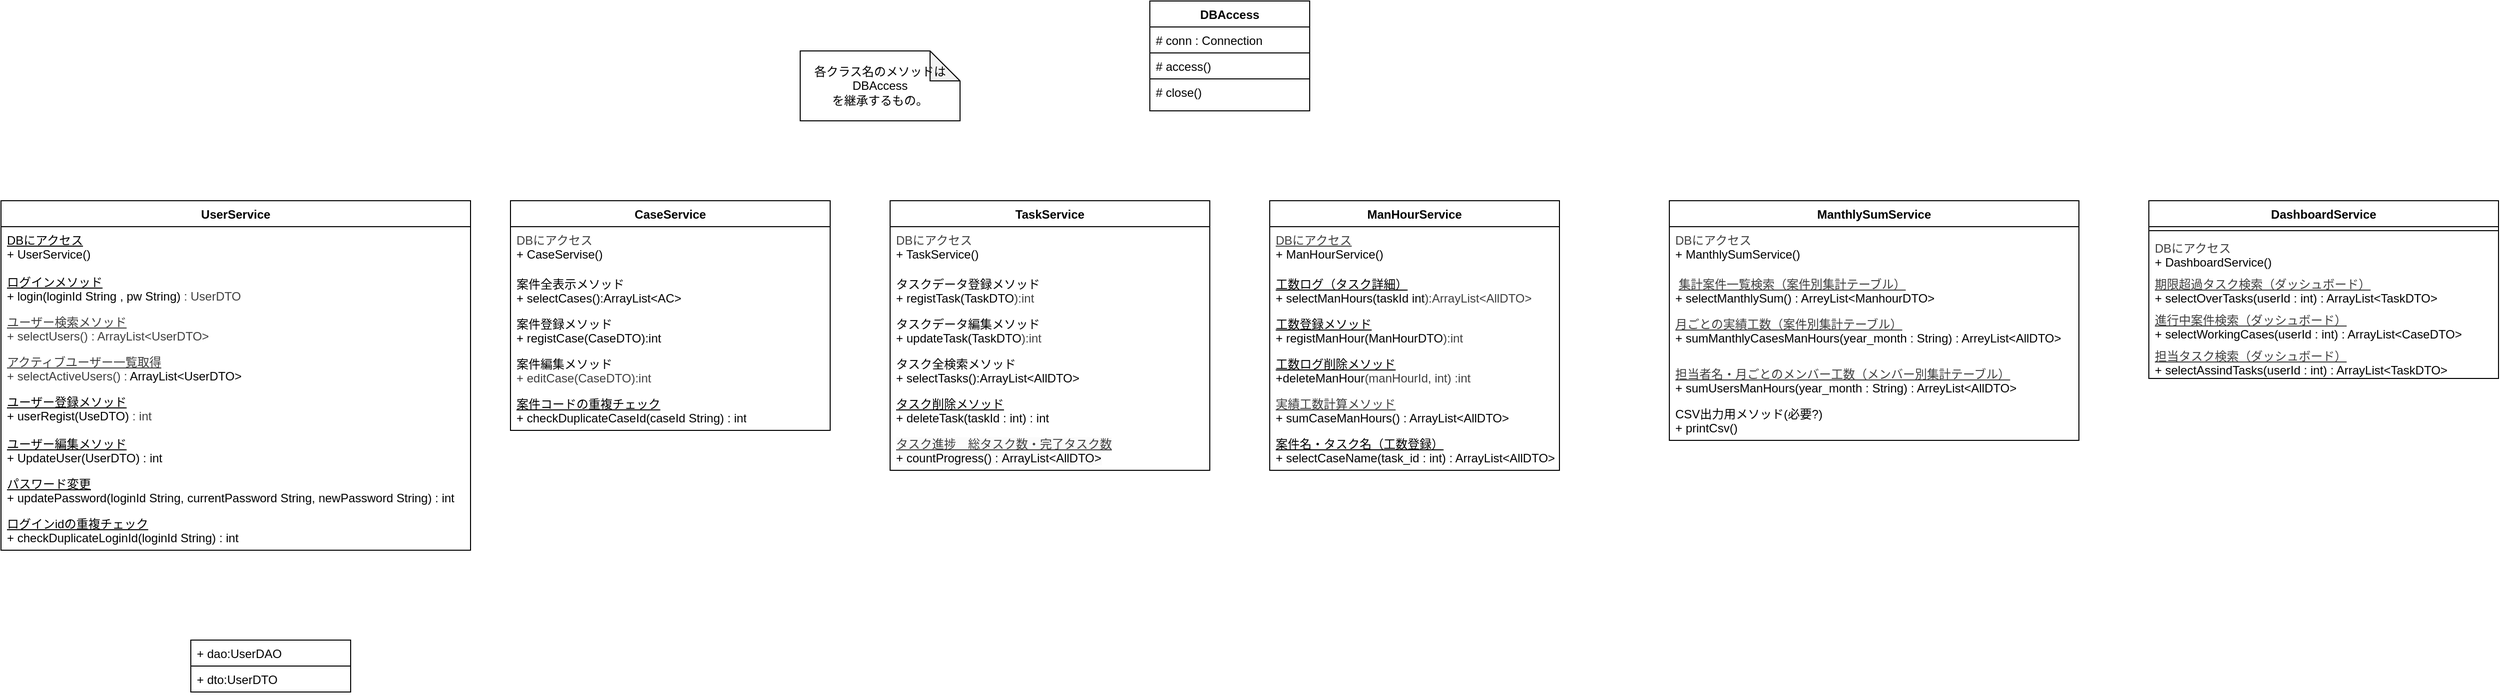
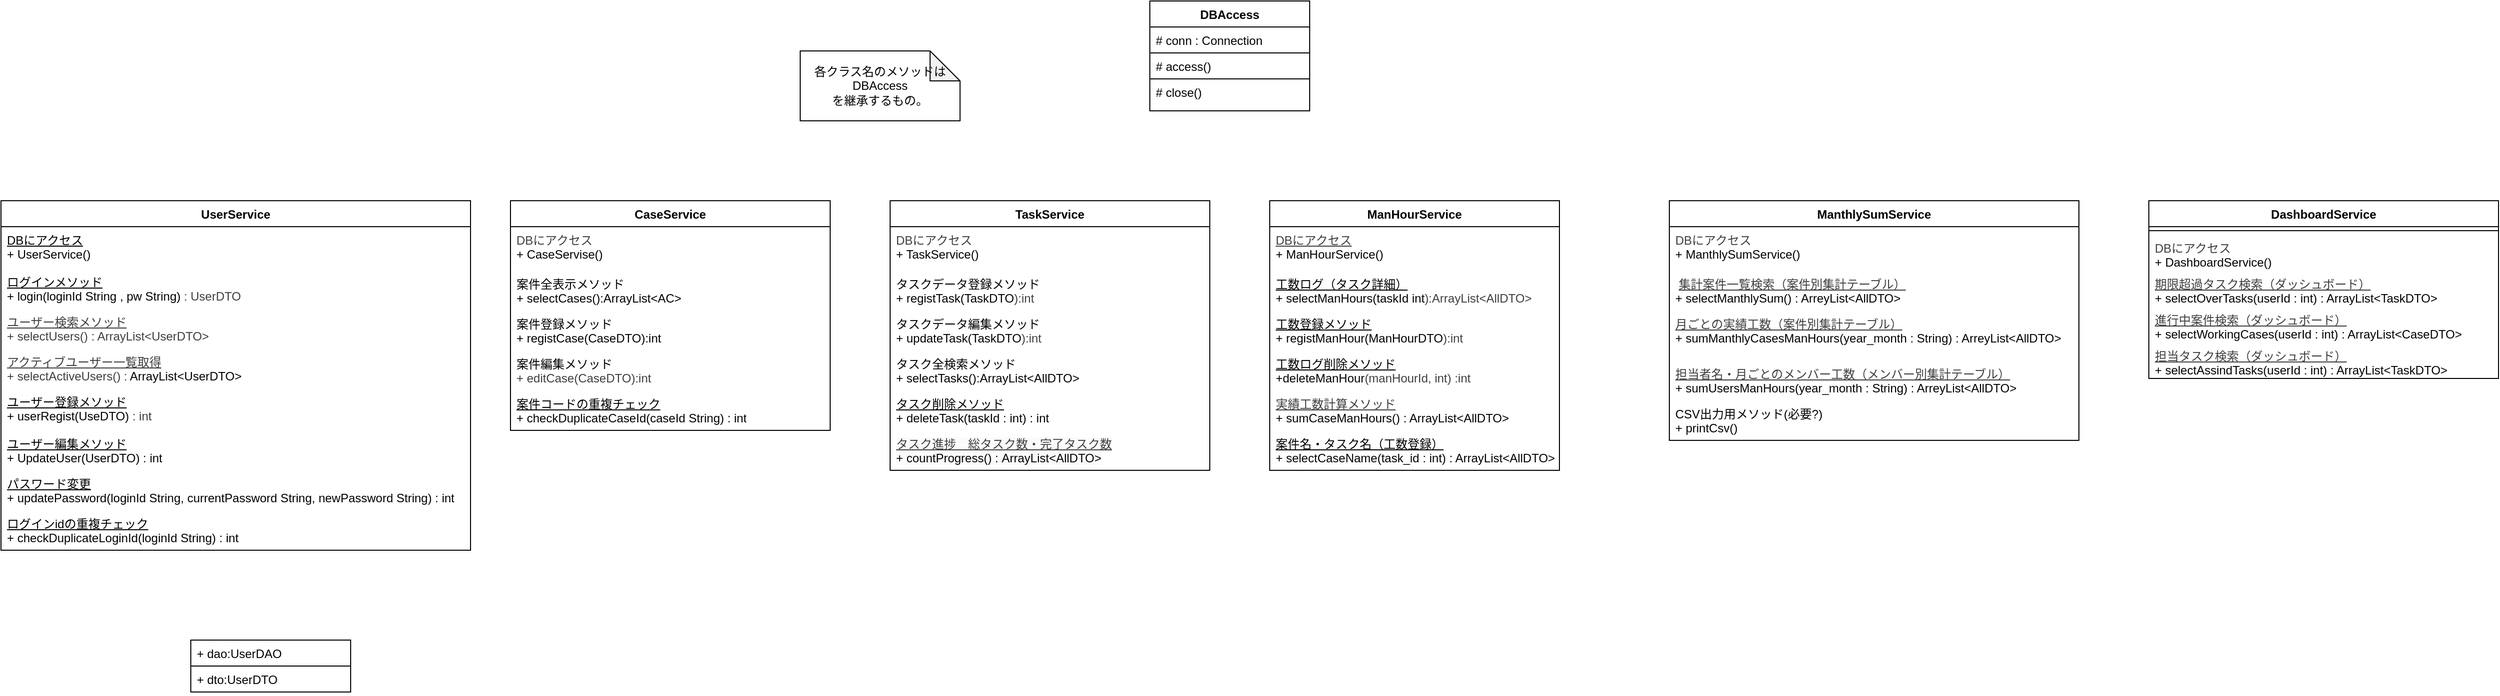
<mxfile host="65bd71144e">
    <diagram id="vtqDsGyhjbo1Ara4jLw-" name="クラス図　Service">
-         <mxGraphModel dx="1273" dy="1581" grid="1" gridSize="10" guides="1" tooltips="1" connect="1" arrows="1" fold="1" page="1" pageScale="1" pageWidth="827" pageHeight="1169" math="0" shadow="0">
+         <mxGraphModel dx="1643" dy="1642" grid="1" gridSize="10" guides="1" tooltips="1" connect="1" arrows="1" fold="1" page="1" pageScale="1" pageWidth="827" pageHeight="1169" math="0" shadow="0">
            <root>
                <mxCell id="0"/>
                <mxCell id="1" parent="0"/>
                <mxCell id="sEulbgWXGhEAaZwcWKiL-1" value="UserService" style="swimlane;fontStyle=1;align=center;verticalAlign=top;childLayout=stackLayout;horizontal=1;startSize=26;horizontalStack=0;resizeParent=1;resizeParentMax=0;resizeLast=0;collapsible=1;marginBottom=0;whiteSpace=wrap;html=1;strokeColor=default;" parent="1" vertex="1">
                    <mxGeometry x="-790" y="-520" width="470" height="350" as="geometry"/>
                </mxCell>
                <mxCell id="sEulbgWXGhEAaZwcWKiL-2" value="&lt;div&gt;&lt;font face=&quot;Helvetica&quot;&gt;&lt;u&gt;DBにアクセス&lt;/u&gt;&lt;/font&gt;&lt;/div&gt;&lt;font face=&quot;Helvetica&quot;&gt;+ UserService()&lt;/font&gt;" style="text;strokeColor=none;fillColor=none;align=left;verticalAlign=top;spacingLeft=4;spacingRight=4;overflow=hidden;rotatable=0;points=[[0,0.5],[1,0.5]];portConstraint=eastwest;whiteSpace=wrap;html=1;" parent="sEulbgWXGhEAaZwcWKiL-1" vertex="1">
                    <mxGeometry y="26" width="470" height="42" as="geometry"/>
                </mxCell>
                <mxCell id="sEulbgWXGhEAaZwcWKiL-4" value="&lt;div&gt;&lt;u&gt;ログインメソッド&lt;/u&gt;&lt;/div&gt;+ login(loginId String , pw String)&amp;nbsp;&lt;span style=&quot;color: rgb(63, 63, 63); background-color: transparent;&quot;&gt;: UserDTO&lt;/span&gt;" style="text;strokeColor=none;fillColor=none;align=left;verticalAlign=top;spacingLeft=4;spacingRight=4;overflow=hidden;rotatable=0;points=[[0,0.5],[1,0.5]];portConstraint=eastwest;whiteSpace=wrap;html=1;" parent="sEulbgWXGhEAaZwcWKiL-1" vertex="1">
                    <mxGeometry y="68" width="470" height="40" as="geometry"/>
                </mxCell>
                <mxCell id="28" value="&lt;u style=&quot;color: rgb(63, 63, 63); scrollbar-color: rgb(226, 226, 226) rgb(251, 251, 251);&quot;&gt;ユーザー検索メソッド&lt;/u&gt;&lt;br style=&quot;color: rgb(63, 63, 63); scrollbar-color: rgb(226, 226, 226) rgb(251, 251, 251);&quot;&gt;&lt;div style=&quot;color: rgb(63, 63, 63); scrollbar-color: rgb(226, 226, 226) rgb(251, 251, 251);&quot;&gt;+ selectUsers() : &lt;span style=&quot;color: rgb(63, 63, 63); scrollbar-color: rgb(226, 226, 226) rgb(251, 251, 251); background-color: transparent;&quot;&gt;ArrayList&amp;lt;UserDTO&amp;gt;&lt;/span&gt;&lt;/div&gt;" style="text;strokeColor=none;fillColor=none;align=left;verticalAlign=top;spacingLeft=4;spacingRight=4;overflow=hidden;rotatable=0;points=[[0,0.5],[1,0.5]];portConstraint=eastwest;whiteSpace=wrap;html=1;" parent="sEulbgWXGhEAaZwcWKiL-1" vertex="1">
                    <mxGeometry y="108" width="470" height="40" as="geometry"/>
                </mxCell>
                <mxCell id="55" value="&lt;u style=&quot;color: rgb(63, 63, 63); scrollbar-color: rgb(226, 226, 226) rgb(251, 251, 251);&quot;&gt;アクティブユーザー一覧取得&lt;/u&gt;&lt;div style=&quot;color: rgb(63, 63, 63); scrollbar-color: rgb(226, 226, 226) rgb(251, 251, 251);&quot;&gt;+ selectActiveUsers() : &lt;span style=&quot;scrollbar-color: rgb(226, 226, 226) rgb(251, 251, 251); background-color: transparent; color: rgb(0, 0, 0);&quot;&gt;ArrayList&amp;lt;UserDTO&amp;gt;&lt;/span&gt;&lt;/div&gt;" style="text;strokeColor=none;fillColor=none;align=left;verticalAlign=top;spacingLeft=4;spacingRight=4;overflow=hidden;rotatable=0;points=[[0,0.5],[1,0.5]];portConstraint=eastwest;whiteSpace=wrap;html=1;" parent="sEulbgWXGhEAaZwcWKiL-1" vertex="1">
                    <mxGeometry y="148" width="470" height="40" as="geometry"/>
                </mxCell>
                <mxCell id="sEulbgWXGhEAaZwcWKiL-3" value="&lt;div&gt;&lt;font face=&quot;Helvetica&quot;&gt;&lt;u&gt;ユーザー登録メソッド&lt;/u&gt;&lt;/font&gt;&lt;/div&gt;&lt;font face=&quot;Helvetica&quot;&gt;+ userRegist(UseDTO)&amp;nbsp;&lt;/font&gt;&lt;span style=&quot;color: rgb(63, 63, 63); background-color: transparent;&quot;&gt;: int&lt;/span&gt;" style="text;strokeColor=none;fillColor=none;align=left;verticalAlign=top;spacingLeft=4;spacingRight=4;overflow=hidden;rotatable=0;points=[[0,0.5],[1,0.5]];portConstraint=eastwest;whiteSpace=wrap;html=1;" parent="sEulbgWXGhEAaZwcWKiL-1" vertex="1">
                    <mxGeometry y="188" width="470" height="42" as="geometry"/>
                </mxCell>
                <mxCell id="sEulbgWXGhEAaZwcWKiL-5" value="&lt;u&gt;ユーザー編集メソッド&lt;/u&gt;&lt;div&gt;+ UpdateUser(UserDTO) : int&lt;/div&gt;" style="text;strokeColor=none;fillColor=none;align=left;verticalAlign=top;spacingLeft=4;spacingRight=4;overflow=hidden;rotatable=0;points=[[0,0.5],[1,0.5]];portConstraint=eastwest;whiteSpace=wrap;html=1;" parent="sEulbgWXGhEAaZwcWKiL-1" vertex="1">
                    <mxGeometry y="230" width="470" height="40" as="geometry"/>
                </mxCell>
                <mxCell id="56" value="&lt;u&gt;パスワード変更&lt;/u&gt;&lt;div&gt;+ updatePassword(loginId String, currentPassword String, newPassword String) : int&lt;/div&gt;" style="text;strokeColor=none;fillColor=none;align=left;verticalAlign=top;spacingLeft=4;spacingRight=4;overflow=hidden;rotatable=0;points=[[0,0.5],[1,0.5]];portConstraint=eastwest;whiteSpace=wrap;html=1;" parent="sEulbgWXGhEAaZwcWKiL-1" vertex="1">
                    <mxGeometry y="270" width="470" height="40" as="geometry"/>
                </mxCell>
                <mxCell id="52" value="&lt;u&gt;ログインidの重複チェック&lt;/u&gt;&lt;div&gt;+ checkDuplicateLoginId(loginId String) : int&lt;/div&gt;" style="text;strokeColor=none;fillColor=none;align=left;verticalAlign=top;spacingLeft=4;spacingRight=4;overflow=hidden;rotatable=0;points=[[0,0.5],[1,0.5]];portConstraint=eastwest;whiteSpace=wrap;html=1;" parent="sEulbgWXGhEAaZwcWKiL-1" vertex="1">
                    <mxGeometry y="310" width="470" height="40" as="geometry"/>
                </mxCell>
                <mxCell id="sEulbgWXGhEAaZwcWKiL-6" value="DBAccess" style="swimlane;fontStyle=1;align=center;verticalAlign=top;childLayout=stackLayout;horizontal=1;startSize=26;horizontalStack=0;resizeParent=1;resizeParentMax=0;resizeLast=0;collapsible=1;marginBottom=0;whiteSpace=wrap;html=1;strokeColor=default;" parent="1" vertex="1">
                    <mxGeometry x="360" y="-720" width="160" height="110" as="geometry"/>
                </mxCell>
                <mxCell id="sEulbgWXGhEAaZwcWKiL-7" value="# conn : Connection" style="text;strokeColor=default;fillColor=none;align=left;verticalAlign=top;spacingLeft=4;spacingRight=4;overflow=hidden;rotatable=0;points=[[0,0.5],[1,0.5]];portConstraint=eastwest;whiteSpace=wrap;html=1;" parent="sEulbgWXGhEAaZwcWKiL-6" vertex="1">
                    <mxGeometry y="26" width="160" height="26" as="geometry"/>
                </mxCell>
                <mxCell id="sEulbgWXGhEAaZwcWKiL-8" value="# access()" style="text;strokeColor=default;fillColor=none;align=left;verticalAlign=top;spacingLeft=4;spacingRight=4;overflow=hidden;rotatable=0;points=[[0,0.5],[1,0.5]];portConstraint=eastwest;whiteSpace=wrap;html=1;" parent="sEulbgWXGhEAaZwcWKiL-6" vertex="1">
                    <mxGeometry y="52" width="160" height="26" as="geometry"/>
                </mxCell>
                <mxCell id="sEulbgWXGhEAaZwcWKiL-9" value="# close()" style="text;strokeColor=default;fillColor=none;align=left;verticalAlign=top;spacingLeft=4;spacingRight=4;overflow=hidden;rotatable=0;points=[[0,0.5],[1,0.5]];portConstraint=eastwest;whiteSpace=wrap;html=1;" parent="sEulbgWXGhEAaZwcWKiL-6" vertex="1">
                    <mxGeometry y="78" width="160" height="32" as="geometry"/>
                </mxCell>
                <mxCell id="sEulbgWXGhEAaZwcWKiL-10" value="CaseService" style="swimlane;fontStyle=1;align=center;verticalAlign=top;childLayout=stackLayout;horizontal=1;startSize=26;horizontalStack=0;resizeParent=1;resizeParentMax=0;resizeLast=0;collapsible=1;marginBottom=0;whiteSpace=wrap;html=1;" parent="1" vertex="1">
                    <mxGeometry x="-280" y="-520" width="320" height="230" as="geometry"/>
                </mxCell>
                <mxCell id="sEulbgWXGhEAaZwcWKiL-11" value="&lt;div&gt;&lt;span style=&quot;color: rgb(63, 63, 63);&quot;&gt;DBにアクセス&lt;/span&gt;&lt;/div&gt;+ CaseServise()" style="text;strokeColor=none;fillColor=none;align=left;verticalAlign=top;spacingLeft=4;spacingRight=4;overflow=hidden;rotatable=0;points=[[0,0.5],[1,0.5]];portConstraint=eastwest;whiteSpace=wrap;html=1;" parent="sEulbgWXGhEAaZwcWKiL-10" vertex="1">
                    <mxGeometry y="26" width="320" height="44" as="geometry"/>
                </mxCell>
                <mxCell id="sEulbgWXGhEAaZwcWKiL-14" value="案件全表示メソッド&lt;div&gt;&lt;div&gt;&lt;font color=&quot;#000000&quot;&gt;+ selectCases(&lt;/font&gt;&lt;span style=&quot;background-color: transparent;&quot;&gt;):ArrayList&amp;lt;AC&amp;gt;&lt;/span&gt;&lt;/div&gt;&lt;/div&gt;" style="text;strokeColor=none;fillColor=none;align=left;verticalAlign=top;spacingLeft=4;spacingRight=4;overflow=hidden;rotatable=0;points=[[0,0.5],[1,0.5]];portConstraint=eastwest;whiteSpace=wrap;html=1;" parent="sEulbgWXGhEAaZwcWKiL-10" vertex="1">
                    <mxGeometry y="70" width="320" height="40" as="geometry"/>
                </mxCell>
                <mxCell id="sEulbgWXGhEAaZwcWKiL-12" value="案件登録メソッド&lt;div&gt;&lt;font color=&quot;#000000&quot;&gt;+ registCase(CaseDTO):int&lt;/font&gt;&lt;/div&gt;" style="text;strokeColor=none;fillColor=none;align=left;verticalAlign=top;spacingLeft=4;spacingRight=4;overflow=hidden;rotatable=0;points=[[0,0.5],[1,0.5]];portConstraint=eastwest;whiteSpace=wrap;html=1;" parent="sEulbgWXGhEAaZwcWKiL-10" vertex="1">
                    <mxGeometry y="110" width="320" height="40" as="geometry"/>
                </mxCell>
                <mxCell id="41" value="&lt;span style=&quot;color: rgb(0, 0, 0);&quot;&gt;案件編集メソッド&lt;/span&gt;&lt;div style=&quot;color: rgb(63, 63, 63); scrollbar-color: rgb(226, 226, 226) rgb(251, 251, 251);&quot;&gt;&lt;font style=&quot;scrollbar-color: rgb(226, 226, 226) rgb(251, 251, 251);&quot;&gt;+ editCase(CaseDTO&lt;/font&gt;&lt;span style=&quot;color: rgb(63, 63, 63); scrollbar-color: rgb(226, 226, 226) rgb(251, 251, 251); background-color: transparent;&quot;&gt;):int&lt;/span&gt;&lt;/div&gt;" style="text;strokeColor=none;fillColor=none;align=left;verticalAlign=top;spacingLeft=4;spacingRight=4;overflow=hidden;rotatable=0;points=[[0,0.5],[1,0.5]];portConstraint=eastwest;whiteSpace=wrap;html=1;" parent="sEulbgWXGhEAaZwcWKiL-10" vertex="1">
                    <mxGeometry y="150" width="320" height="40" as="geometry"/>
                </mxCell>
                <mxCell id="53" value="&lt;u&gt;案件コードの重複チェック&lt;/u&gt;&lt;div&gt;+ checkDuplicateCaseId(caseId String) : int&lt;/div&gt;" style="text;strokeColor=none;fillColor=none;align=left;verticalAlign=top;spacingLeft=4;spacingRight=4;overflow=hidden;rotatable=0;points=[[0,0.5],[1,0.5]];portConstraint=eastwest;whiteSpace=wrap;html=1;" parent="sEulbgWXGhEAaZwcWKiL-10" vertex="1">
                    <mxGeometry y="190" width="320" height="40" as="geometry"/>
                </mxCell>
                <mxCell id="sEulbgWXGhEAaZwcWKiL-26" value="ManHourService" style="swimlane;fontStyle=1;align=center;verticalAlign=top;childLayout=stackLayout;horizontal=1;startSize=26;horizontalStack=0;resizeParent=1;resizeParentMax=0;resizeLast=0;collapsible=1;marginBottom=0;whiteSpace=wrap;html=1;" parent="1" vertex="1">
                    <mxGeometry x="480" y="-520" width="290" height="270" as="geometry"/>
                </mxCell>
                <mxCell id="sEulbgWXGhEAaZwcWKiL-27" value="&lt;div&gt;&lt;span style=&quot;color: rgb(63, 63, 63);&quot;&gt;&lt;u&gt;DBにアクセス&lt;/u&gt;&lt;/span&gt;&lt;/div&gt;+ ManHourService()" style="text;strokeColor=none;fillColor=none;align=left;verticalAlign=top;spacingLeft=4;spacingRight=4;overflow=hidden;rotatable=0;points=[[0,0.5],[1,0.5]];portConstraint=eastwest;whiteSpace=wrap;html=1;" parent="sEulbgWXGhEAaZwcWKiL-26" vertex="1">
                    <mxGeometry y="26" width="290" height="44" as="geometry"/>
                </mxCell>
                <mxCell id="sEulbgWXGhEAaZwcWKiL-28" value="&lt;span style=&quot;color: rgb(0, 0, 0);&quot;&gt;&lt;u&gt;工数ログ（タスク詳細）&lt;/u&gt;&lt;/span&gt;&lt;div&gt;&lt;font color=&quot;#000000&quot;&gt;+ selectManHours(taskId int&lt;/font&gt;&lt;span style=&quot;background-color: transparent; color: rgb(63, 63, 63);&quot;&gt;):ArrayList&amp;lt;AllDTO&amp;gt;&lt;/span&gt;&lt;/div&gt;" style="text;strokeColor=none;fillColor=none;align=left;verticalAlign=top;spacingLeft=4;spacingRight=4;overflow=hidden;rotatable=0;points=[[0,0.5],[1,0.5]];portConstraint=eastwest;whiteSpace=wrap;html=1;" parent="sEulbgWXGhEAaZwcWKiL-26" vertex="1">
                    <mxGeometry y="70" width="290" height="40" as="geometry"/>
                </mxCell>
                <mxCell id="sEulbgWXGhEAaZwcWKiL-29" value="&lt;u&gt;工数登録メソッド&lt;/u&gt;&lt;div&gt;+ registManHour(ManHourDTO&lt;span style=&quot;color: rgb(63, 63, 63); background-color: transparent;&quot;&gt;):int&lt;/span&gt;&lt;/div&gt;" style="text;strokeColor=none;fillColor=none;align=left;verticalAlign=top;spacingLeft=4;spacingRight=4;overflow=hidden;rotatable=0;points=[[0,0.5],[1,0.5]];portConstraint=eastwest;whiteSpace=wrap;html=1;" parent="sEulbgWXGhEAaZwcWKiL-26" vertex="1">
                    <mxGeometry y="110" width="290" height="40" as="geometry"/>
                </mxCell>
                <mxCell id="sEulbgWXGhEAaZwcWKiL-30" value="&lt;u&gt;工数ログ削除メソッド&lt;/u&gt;&lt;div&gt;+deleteManHour&lt;span style=&quot;background-color: transparent; color: rgb(63, 63, 63);&quot;&gt;(manHourId, int) :int&lt;/span&gt;&lt;/div&gt;" style="text;strokeColor=none;fillColor=none;align=left;verticalAlign=top;spacingLeft=4;spacingRight=4;overflow=hidden;rotatable=0;points=[[0,0.5],[1,0.5]];portConstraint=eastwest;whiteSpace=wrap;html=1;" parent="sEulbgWXGhEAaZwcWKiL-26" vertex="1">
                    <mxGeometry y="150" width="290" height="40" as="geometry"/>
                </mxCell>
                <mxCell id="25" value="&lt;div style=&quot;scrollbar-color: rgb(226, 226, 226) rgb(251, 251, 251); color: rgb(63, 63, 63);&quot;&gt;&lt;u style=&quot;scrollbar-color: rgb(226, 226, 226) rgb(251, 251, 251); color: rgb(63, 63, 63);&quot;&gt;実績工数計算メソッド&lt;/u&gt;&lt;/div&gt;&lt;span style=&quot;scrollbar-color: rgb(226, 226, 226) rgb(251, 251, 251); color: rgb(0, 0, 0);&quot;&gt;+ sumCaseManHours() : &lt;/span&gt;&lt;span style=&quot;scrollbar-color: rgb(226, 226, 226) rgb(251, 251, 251); color: rgb(0, 0, 0);&quot;&gt;ArrayList&amp;lt;AllDTO&amp;gt;&lt;/span&gt;" style="text;strokeColor=none;fillColor=none;align=left;verticalAlign=top;spacingLeft=4;spacingRight=4;overflow=hidden;rotatable=0;points=[[0,0.5],[1,0.5]];portConstraint=eastwest;whiteSpace=wrap;html=1;" parent="sEulbgWXGhEAaZwcWKiL-26" vertex="1">
                    <mxGeometry y="190" width="290" height="40" as="geometry"/>
                </mxCell>
                <mxCell id="27" value="&lt;u&gt;案件名・タスク名（工数登録）&lt;/u&gt;&lt;div&gt;+ selectCaseName(task_id : int) : ArrayList&amp;lt;AllDTO&amp;gt;&lt;/div&gt;" style="text;strokeColor=none;fillColor=none;align=left;verticalAlign=top;spacingLeft=4;spacingRight=4;overflow=hidden;rotatable=0;points=[[0,0.5],[1,0.5]];portConstraint=eastwest;whiteSpace=wrap;html=1;" parent="sEulbgWXGhEAaZwcWKiL-26" vertex="1">
                    <mxGeometry y="230" width="290" height="40" as="geometry"/>
                </mxCell>
                <mxCell id="sEulbgWXGhEAaZwcWKiL-31" value="ManthlySumService" style="swimlane;fontStyle=1;align=center;verticalAlign=top;childLayout=stackLayout;horizontal=1;startSize=26;horizontalStack=0;resizeParent=1;resizeParentMax=0;resizeLast=0;collapsible=1;marginBottom=0;whiteSpace=wrap;html=1;" parent="1" vertex="1">
                    <mxGeometry x="880" y="-520" width="410" height="240" as="geometry"/>
                </mxCell>
                <mxCell id="sEulbgWXGhEAaZwcWKiL-32" value="&lt;div&gt;&lt;span style=&quot;color: rgb(63, 63, 63);&quot;&gt;DBにアクセス&lt;/span&gt;&lt;/div&gt;+ ManthlySumService()" style="text;strokeColor=none;fillColor=none;align=left;verticalAlign=top;spacingLeft=4;spacingRight=4;overflow=hidden;rotatable=0;points=[[0,0.5],[1,0.5]];portConstraint=eastwest;whiteSpace=wrap;html=1;" parent="sEulbgWXGhEAaZwcWKiL-31" vertex="1">
                    <mxGeometry y="26" width="410" height="44" as="geometry"/>
                </mxCell>
-                 <mxCell id="sEulbgWXGhEAaZwcWKiL-33" value="&amp;nbsp;&lt;u style=&quot;color: rgb(63, 63, 63); scrollbar-color: rgb(226, 226, 226) rgb(251, 251, 251);&quot;&gt;集計案件一覧検索（案件別集計テーブル）&lt;/u&gt;&lt;div&gt;+&amp;nbsp;&lt;span style=&quot;color: rgb(0, 0, 0); background-color: transparent;&quot;&gt;selectManthlySum() : ArreyList&amp;lt;ManhourDTO&amp;gt;&lt;/span&gt;&lt;/div&gt;" style="text;strokeColor=none;fillColor=none;align=left;verticalAlign=top;spacingLeft=4;spacingRight=4;overflow=hidden;rotatable=0;points=[[0,0.5],[1,0.5]];portConstraint=eastwest;whiteSpace=wrap;html=1;" parent="sEulbgWXGhEAaZwcWKiL-31" vertex="1">
+                 <mxCell id="sEulbgWXGhEAaZwcWKiL-33" value="&amp;nbsp;&lt;u style=&quot;color: rgb(63, 63, 63); scrollbar-color: rgb(226, 226, 226) rgb(251, 251, 251);&quot;&gt;集計案件一覧検索（案件別集計テーブル）&lt;/u&gt;&lt;div&gt;+&amp;nbsp;&lt;span style=&quot;color: rgb(0, 0, 0); background-color: transparent;&quot;&gt;selectManthlySum() : ArreyList&amp;lt;AllDTO&amp;gt;&lt;/span&gt;&lt;/div&gt;" style="text;strokeColor=none;fillColor=none;align=left;verticalAlign=top;spacingLeft=4;spacingRight=4;overflow=hidden;rotatable=0;points=[[0,0.5],[1,0.5]];portConstraint=eastwest;whiteSpace=wrap;html=1;" parent="sEulbgWXGhEAaZwcWKiL-31" vertex="1">
                    <mxGeometry y="70" width="410" height="40" as="geometry"/>
                </mxCell>
                <mxCell id="sEulbgWXGhEAaZwcWKiL-34" value="&lt;div style=&quot;color: rgb(63, 63, 63); scrollbar-color: rgb(226, 226, 226) rgb(251, 251, 251);&quot;&gt;&lt;span style=&quot;scrollbar-color: rgb(226, 226, 226) rgb(251, 251, 251); color: rgb(0, 0, 0);&quot;&gt;&lt;u style=&quot;color: rgb(63, 63, 63); scrollbar-color: rgb(226, 226, 226) rgb(251, 251, 251);&quot;&gt;月ごとの実績工数（案件別集計テーブル）&lt;/u&gt;&lt;/span&gt;&lt;/div&gt;&lt;span style=&quot;scrollbar-color: rgb(226, 226, 226) rgb(251, 251, 251); color: rgb(0, 0, 0);&quot;&gt;+ sumManthlyCasesManHours&lt;span style=&quot;scrollbar-color: rgb(226, 226, 226) rgb(251, 251, 251); color: rgb(0, 0, 0);&quot;&gt;(year_month : String)&lt;/span&gt; : ArreyList&amp;lt;AllDTO&amp;gt;&lt;/span&gt;" style="text;strokeColor=none;fillColor=none;align=left;verticalAlign=top;spacingLeft=4;spacingRight=4;overflow=hidden;rotatable=0;points=[[0,0.5],[1,0.5]];portConstraint=eastwest;whiteSpace=wrap;html=1;" parent="sEulbgWXGhEAaZwcWKiL-31" vertex="1">
                    <mxGeometry y="110" width="410" height="50" as="geometry"/>
                </mxCell>
                <mxCell id="50" value="&lt;div style=&quot;color: rgb(63, 63, 63); scrollbar-color: rgb(226, 226, 226) rgb(251, 251, 251);&quot;&gt;&lt;u style=&quot;color: rgb(63, 63, 63); scrollbar-color: rgb(226, 226, 226) rgb(251, 251, 251);&quot;&gt;担当者名・月ごとのメンバー工数（メンバー別集計テーブル）&lt;/u&gt;&lt;/div&gt;&lt;span style=&quot;color: rgb(0, 0, 0);&quot;&gt;+ sumUsersManHours&lt;/span&gt;&lt;span style=&quot;scrollbar-color: rgb(226, 226, 226) rgb(251, 251, 251); color: rgb(0, 0, 0);&quot;&gt;(year_month : String)&lt;/span&gt;&lt;span style=&quot;color: rgb(0, 0, 0);&quot;&gt; : &lt;/span&gt;&lt;span style=&quot;scrollbar-color: rgb(226, 226, 226) rgb(251, 251, 251); color: rgb(0, 0, 0);&quot;&gt;ArreyList&amp;lt;AllDTO&amp;gt;&lt;/span&gt;" style="text;strokeColor=none;fillColor=none;align=left;verticalAlign=top;spacingLeft=4;spacingRight=4;overflow=hidden;rotatable=0;points=[[0,0.5],[1,0.5]];portConstraint=eastwest;whiteSpace=wrap;html=1;" parent="sEulbgWXGhEAaZwcWKiL-31" vertex="1">
                    <mxGeometry y="160" width="410" height="40" as="geometry"/>
                </mxCell>
                <mxCell id="sEulbgWXGhEAaZwcWKiL-35" value="CSV出力用メソッド(必要?)&lt;div&gt;+ printCsv()&lt;/div&gt;" style="text;strokeColor=none;fillColor=none;align=left;verticalAlign=top;spacingLeft=4;spacingRight=4;overflow=hidden;rotatable=0;points=[[0,0.5],[1,0.5]];portConstraint=eastwest;whiteSpace=wrap;html=1;" parent="sEulbgWXGhEAaZwcWKiL-31" vertex="1">
                    <mxGeometry y="200" width="410" height="40" as="geometry"/>
                </mxCell>
                <mxCell id="sEulbgWXGhEAaZwcWKiL-36" value="各クラス名のメソッドは&lt;br&gt;DBAccess&lt;div&gt;を継承するもの。&lt;/div&gt;" style="shape=note;whiteSpace=wrap;html=1;backgroundOutline=1;darkOpacity=0.05;" parent="1" vertex="1">
                    <mxGeometry x="10" y="-670" width="160" height="70" as="geometry"/>
                </mxCell>
                <mxCell id="sEulbgWXGhEAaZwcWKiL-38" value="+ dto:UserDTO" style="text;strokeColor=default;fillColor=none;align=left;verticalAlign=top;spacingLeft=4;spacingRight=4;overflow=hidden;rotatable=0;points=[[0,0.5],[1,0.5]];portConstraint=eastwest;whiteSpace=wrap;html=1;" parent="1" vertex="1">
                    <mxGeometry x="-600" y="-54" width="160" height="26" as="geometry"/>
                </mxCell>
                <mxCell id="sEulbgWXGhEAaZwcWKiL-39" value="+ dao:UserDAO" style="text;strokeColor=default;fillColor=none;align=left;verticalAlign=top;spacingLeft=4;spacingRight=4;overflow=hidden;rotatable=0;points=[[0,0.5],[1,0.5]];portConstraint=eastwest;whiteSpace=wrap;html=1;" parent="1" vertex="1">
                    <mxGeometry x="-600" y="-80" width="160" height="26" as="geometry"/>
                </mxCell>
                <mxCell id="29" value="TaskService" style="swimlane;fontStyle=1;align=center;verticalAlign=top;childLayout=stackLayout;horizontal=1;startSize=26;horizontalStack=0;resizeParent=1;resizeParentMax=0;resizeLast=0;collapsible=1;marginBottom=0;whiteSpace=wrap;html=1;" parent="1" vertex="1">
                    <mxGeometry x="100" y="-520" width="320" height="270" as="geometry"/>
                </mxCell>
                <mxCell id="30" value="&lt;div&gt;&lt;span style=&quot;color: rgb(63, 63, 63);&quot;&gt;DBにアクセス&lt;/span&gt;&lt;/div&gt;+ TaskService()" style="text;strokeColor=none;fillColor=none;align=left;verticalAlign=top;spacingLeft=4;spacingRight=4;overflow=hidden;rotatable=0;points=[[0,0.5],[1,0.5]];portConstraint=eastwest;whiteSpace=wrap;html=1;" parent="29" vertex="1">
                    <mxGeometry y="26" width="320" height="44" as="geometry"/>
                </mxCell>
                <mxCell id="31" value="タスクデータ登録メソッド&lt;div&gt;+ registTask(TaskDTO&lt;span style=&quot;color: rgb(63, 63, 63); background-color: transparent;&quot;&gt;):int&lt;/span&gt;&lt;/div&gt;" style="text;strokeColor=none;fillColor=none;align=left;verticalAlign=top;spacingLeft=4;spacingRight=4;overflow=hidden;rotatable=0;points=[[0,0.5],[1,0.5]];portConstraint=eastwest;whiteSpace=wrap;html=1;" parent="29" vertex="1">
                    <mxGeometry y="70" width="320" height="40" as="geometry"/>
                </mxCell>
                <mxCell id="32" value="タスクデータ編集メソッド&lt;div&gt;+ updateTask(TaskDTO&lt;span style=&quot;color: rgb(63, 63, 63); background-color: transparent;&quot;&gt;):int&lt;/span&gt;&lt;/div&gt;" style="text;strokeColor=none;fillColor=none;align=left;verticalAlign=top;spacingLeft=4;spacingRight=4;overflow=hidden;rotatable=0;points=[[0,0.5],[1,0.5]];portConstraint=eastwest;whiteSpace=wrap;html=1;" parent="29" vertex="1">
                    <mxGeometry y="110" width="320" height="40" as="geometry"/>
                </mxCell>
                <mxCell id="33" value="タスク全検索メソッド&lt;div&gt;&lt;font color=&quot;#000000&quot;&gt;+ selectTasks():ArrayList&amp;lt;AllDTO&amp;gt;&lt;/font&gt;&lt;/div&gt;" style="text;strokeColor=none;fillColor=none;align=left;verticalAlign=top;spacingLeft=4;spacingRight=4;overflow=hidden;rotatable=0;points=[[0,0.5],[1,0.5]];portConstraint=eastwest;whiteSpace=wrap;html=1;" parent="29" vertex="1">
                    <mxGeometry y="150" width="320" height="40" as="geometry"/>
                </mxCell>
                <mxCell id="51" value="&lt;u&gt;タスク削除メソッド&lt;/u&gt;&lt;div&gt;&lt;font style=&quot;color: rgb(0, 0, 0);&quot;&gt;+ deleteTask(taskId : int) : int&lt;/font&gt;&lt;/div&gt;" style="text;strokeColor=none;fillColor=none;align=left;verticalAlign=top;spacingLeft=4;spacingRight=4;overflow=hidden;rotatable=0;points=[[0,0.5],[1,0.5]];portConstraint=eastwest;whiteSpace=wrap;html=1;" parent="29" vertex="1">
                    <mxGeometry y="190" width="320" height="40" as="geometry"/>
                </mxCell>
                <mxCell id="47" value="&lt;div style=&quot;forced-color-adjust: none; color: rgb(63, 63, 63); scrollbar-color: rgb(226, 226, 226) rgb(251, 251, 251); font-family: Helvetica; font-size: 12px; font-style: normal; font-variant-ligatures: normal; font-variant-caps: normal; font-weight: 400; letter-spacing: normal; orphans: 2; text-align: left; text-indent: 0px; text-transform: none; widows: 2; word-spacing: 0px; -webkit-text-stroke-width: 0px; white-space: normal; background-color: rgb(251, 251, 251); text-decoration-thickness: initial; text-decoration-style: initial; text-decoration-color: initial;&quot;&gt;&lt;u style=&quot;forced-color-adjust: none; color: rgb(63, 63, 63); scrollbar-color: rgb(226, 226, 226) rgb(251, 251, 251);&quot;&gt;タスク進捗　総タスク数・完了タスク数&lt;/u&gt;&lt;/div&gt;&lt;span style=&quot;color: rgb(0, 0, 0); font-family: Helvetica; font-size: 12px; font-style: normal; font-variant-ligatures: normal; font-variant-caps: normal; font-weight: 400; letter-spacing: normal; orphans: 2; text-align: left; text-indent: 0px; text-transform: none; widows: 2; word-spacing: 0px; -webkit-text-stroke-width: 0px; white-space: normal; background-color: rgb(251, 251, 251); text-decoration-thickness: initial; text-decoration-style: initial; text-decoration-color: initial; float: none; display: inline !important;&quot;&gt;+ countProgress() :&amp;nbsp;&lt;/span&gt;&lt;span style=&quot;forced-color-adjust: none; color: light-dark(rgb(0, 0, 0), rgb(237, 237, 237)); scrollbar-color: rgb(226, 226, 226) rgb(251, 251, 251); font-family: Helvetica; font-size: 12px; font-style: normal; font-variant-ligatures: normal; font-variant-caps: normal; font-weight: 400; letter-spacing: normal; orphans: 2; text-align: left; text-indent: 0px; text-transform: none; widows: 2; word-spacing: 0px; -webkit-text-stroke-width: 0px; white-space: normal; background-color: rgb(251, 251, 251); text-decoration-thickness: initial; text-decoration-style: initial; text-decoration-color: initial;&quot;&gt;ArrayList&amp;lt;AllDTO&amp;gt;&lt;/span&gt;&lt;div&gt;&lt;br/&gt;&lt;/div&gt;" style="text;strokeColor=none;fillColor=none;align=left;verticalAlign=top;spacingLeft=4;spacingRight=4;overflow=hidden;rotatable=0;points=[[0,0.5],[1,0.5]];portConstraint=eastwest;whiteSpace=wrap;html=1;" parent="29" vertex="1">
                    <mxGeometry y="230" width="320" height="40" as="geometry"/>
                </mxCell>
-                 <mxCell id="57" value="DashboardService" style="swimlane;fontStyle=1;align=center;verticalAlign=top;childLayout=stackLayout;horizontal=1;startSize=26;horizontalStack=0;resizeParent=1;resizeParentMax=0;resizeLast=0;collapsible=1;marginBottom=0;whiteSpace=wrap;html=1;" vertex="1" parent="1">
+                 <mxCell id="57" value="DashboardService" style="swimlane;fontStyle=1;align=center;verticalAlign=top;childLayout=stackLayout;horizontal=1;startSize=26;horizontalStack=0;resizeParent=1;resizeParentMax=0;resizeLast=0;collapsible=1;marginBottom=0;whiteSpace=wrap;html=1;" parent="1" vertex="1">
                    <mxGeometry x="1360" y="-520" width="350" height="178" as="geometry"/>
                </mxCell>
-                 <mxCell id="59" value="" style="line;strokeWidth=1;fillColor=none;align=left;verticalAlign=middle;spacingTop=-1;spacingLeft=3;spacingRight=3;rotatable=0;labelPosition=right;points=[];portConstraint=eastwest;strokeColor=inherit;" vertex="1" parent="57">
+                 <mxCell id="59" value="" style="line;strokeWidth=1;fillColor=none;align=left;verticalAlign=middle;spacingTop=-1;spacingLeft=3;spacingRight=3;rotatable=0;labelPosition=right;points=[];portConstraint=eastwest;strokeColor=inherit;" parent="57" vertex="1">
                    <mxGeometry y="26" width="350" height="8" as="geometry"/>
                </mxCell>
-                 <mxCell id="60" value="&lt;div style=&quot;color: rgb(63, 63, 63); scrollbar-color: rgb(226, 226, 226) rgb(251, 251, 251);&quot;&gt;&lt;span style=&quot;scrollbar-color: rgb(226, 226, 226) rgb(251, 251, 251); color: rgb(63, 63, 63);&quot;&gt;DBにアクセス&lt;/span&gt;&lt;/div&gt;&lt;span style=&quot;color: rgb(0, 0, 0);&quot;&gt;+ DashboardService()&lt;/span&gt;" style="text;strokeColor=none;fillColor=none;align=left;verticalAlign=top;spacingLeft=4;spacingRight=4;overflow=hidden;rotatable=0;points=[[0,0.5],[1,0.5]];portConstraint=eastwest;whiteSpace=wrap;html=1;" vertex="1" parent="57">
+                 <mxCell id="60" value="&lt;div style=&quot;color: rgb(63, 63, 63); scrollbar-color: rgb(226, 226, 226) rgb(251, 251, 251);&quot;&gt;&lt;span style=&quot;scrollbar-color: rgb(226, 226, 226) rgb(251, 251, 251); color: rgb(63, 63, 63);&quot;&gt;DBにアクセス&lt;/span&gt;&lt;/div&gt;&lt;span style=&quot;color: rgb(0, 0, 0);&quot;&gt;+ DashboardService()&lt;/span&gt;" style="text;strokeColor=none;fillColor=none;align=left;verticalAlign=top;spacingLeft=4;spacingRight=4;overflow=hidden;rotatable=0;points=[[0,0.5],[1,0.5]];portConstraint=eastwest;whiteSpace=wrap;html=1;" parent="57" vertex="1">
                    <mxGeometry y="34" width="350" height="36" as="geometry"/>
                </mxCell>
-                 <mxCell id="61" value="&lt;div style=&quot;scrollbar-color: rgb(226, 226, 226) rgb(251, 251, 251); color: rgb(63, 63, 63);&quot;&gt;&lt;font style=&quot;scrollbar-color: rgb(226, 226, 226) rgb(251, 251, 251); color: rgb(63, 63, 63);&quot;&gt;&lt;u style=&quot;scrollbar-color: rgb(226, 226, 226) rgb(251, 251, 251); color: rgb(63, 63, 63);&quot;&gt;期限超過タスク検索（ダッシュボード）&lt;/u&gt;&lt;/font&gt;&lt;/div&gt;&lt;span style=&quot;scrollbar-color: rgb(226, 226, 226) rgb(251, 251, 251); color: rgb(0, 0, 0);&quot;&gt;+ selectOverTasks(&lt;span style=&quot;scrollbar-color: rgb(226, 226, 226) rgb(251, 251, 251); color: rgb(0, 0, 0);&quot;&gt;userId : int&lt;/span&gt;) : ArrayList&amp;lt;TaskDTO&amp;gt;&lt;/span&gt;" style="text;strokeColor=none;fillColor=none;align=left;verticalAlign=top;spacingLeft=4;spacingRight=4;overflow=hidden;rotatable=0;points=[[0,0.5],[1,0.5]];portConstraint=eastwest;whiteSpace=wrap;html=1;" vertex="1" parent="57">
+                 <mxCell id="61" value="&lt;div style=&quot;scrollbar-color: rgb(226, 226, 226) rgb(251, 251, 251); color: rgb(63, 63, 63);&quot;&gt;&lt;font style=&quot;scrollbar-color: rgb(226, 226, 226) rgb(251, 251, 251); color: rgb(63, 63, 63);&quot;&gt;&lt;u style=&quot;scrollbar-color: rgb(226, 226, 226) rgb(251, 251, 251); color: rgb(63, 63, 63);&quot;&gt;期限超過タスク検索（ダッシュボード）&lt;/u&gt;&lt;/font&gt;&lt;/div&gt;&lt;span style=&quot;scrollbar-color: rgb(226, 226, 226) rgb(251, 251, 251); color: rgb(0, 0, 0);&quot;&gt;+ selectOverTasks(&lt;span style=&quot;scrollbar-color: rgb(226, 226, 226) rgb(251, 251, 251); color: rgb(0, 0, 0);&quot;&gt;userId : int&lt;/span&gt;) : ArrayList&amp;lt;TaskDTO&amp;gt;&lt;/span&gt;" style="text;strokeColor=none;fillColor=none;align=left;verticalAlign=top;spacingLeft=4;spacingRight=4;overflow=hidden;rotatable=0;points=[[0,0.5],[1,0.5]];portConstraint=eastwest;whiteSpace=wrap;html=1;" parent="57" vertex="1">
                    <mxGeometry y="70" width="350" height="36" as="geometry"/>
                </mxCell>
-                 <mxCell id="62" value="&lt;div style=&quot;scrollbar-color: rgb(226, 226, 226) rgb(251, 251, 251); color: rgb(63, 63, 63);&quot;&gt;&lt;font style=&quot;scrollbar-color: rgb(226, 226, 226) rgb(251, 251, 251); color: rgb(63, 63, 63);&quot;&gt;&lt;u style=&quot;scrollbar-color: rgb(226, 226, 226) rgb(251, 251, 251); color: rgb(63, 63, 63);&quot;&gt;進行中案件検索（ダッシュボード）&lt;/u&gt;&lt;/font&gt;&lt;/div&gt;&lt;span style=&quot;scrollbar-color: rgb(226, 226, 226) rgb(251, 251, 251); color: rgb(0, 0, 0);&quot;&gt;+ selectWorkingCases(&lt;span style=&quot;scrollbar-color: rgb(226, 226, 226) rgb(251, 251, 251); color: rgb(0, 0, 0);&quot;&gt;userId : int&lt;/span&gt;) : ArrayList&amp;lt;CaseDTO&amp;gt;&lt;/span&gt;" style="text;strokeColor=none;fillColor=none;align=left;verticalAlign=top;spacingLeft=4;spacingRight=4;overflow=hidden;rotatable=0;points=[[0,0.5],[1,0.5]];portConstraint=eastwest;whiteSpace=wrap;html=1;" vertex="1" parent="57">
+                 <mxCell id="62" value="&lt;div style=&quot;scrollbar-color: rgb(226, 226, 226) rgb(251, 251, 251); color: rgb(63, 63, 63);&quot;&gt;&lt;font style=&quot;scrollbar-color: rgb(226, 226, 226) rgb(251, 251, 251); color: rgb(63, 63, 63);&quot;&gt;&lt;u style=&quot;scrollbar-color: rgb(226, 226, 226) rgb(251, 251, 251); color: rgb(63, 63, 63);&quot;&gt;進行中案件検索（ダッシュボード）&lt;/u&gt;&lt;/font&gt;&lt;/div&gt;&lt;span style=&quot;scrollbar-color: rgb(226, 226, 226) rgb(251, 251, 251); color: rgb(0, 0, 0);&quot;&gt;+ selectWorkingCases(&lt;span style=&quot;scrollbar-color: rgb(226, 226, 226) rgb(251, 251, 251); color: rgb(0, 0, 0);&quot;&gt;userId : int&lt;/span&gt;) : ArrayList&amp;lt;CaseDTO&amp;gt;&lt;/span&gt;" style="text;strokeColor=none;fillColor=none;align=left;verticalAlign=top;spacingLeft=4;spacingRight=4;overflow=hidden;rotatable=0;points=[[0,0.5],[1,0.5]];portConstraint=eastwest;whiteSpace=wrap;html=1;" parent="57" vertex="1">
                    <mxGeometry y="106" width="350" height="36" as="geometry"/>
                </mxCell>
-                 <mxCell id="63" value="&lt;div style=&quot;scrollbar-color: rgb(226, 226, 226) rgb(251, 251, 251); color: rgb(63, 63, 63);&quot;&gt;&lt;span style=&quot;scrollbar-color: rgb(226, 226, 226) rgb(251, 251, 251); color: rgb(0, 0, 0);&quot;&gt;&lt;u style=&quot;scrollbar-color: rgb(226, 226, 226) rgb(251, 251, 251); color: rgb(63, 63, 63);&quot;&gt;担当タスク検索（ダッシュボード）&lt;/u&gt;&lt;/span&gt;&lt;/div&gt;&lt;span style=&quot;scrollbar-color: rgb(226, 226, 226) rgb(251, 251, 251); color: rgb(0, 0, 0);&quot;&gt;+ selectAssindTasks(&lt;span style=&quot;scrollbar-color: rgb(226, 226, 226) rgb(251, 251, 251); color: rgb(0, 0, 0);&quot;&gt;userId : int&lt;/span&gt;) : ArrayList&amp;lt;TaskDTO&amp;gt;&lt;/span&gt;" style="text;strokeColor=none;fillColor=none;align=left;verticalAlign=top;spacingLeft=4;spacingRight=4;overflow=hidden;rotatable=0;points=[[0,0.5],[1,0.5]];portConstraint=eastwest;whiteSpace=wrap;html=1;" vertex="1" parent="57">
+                 <mxCell id="63" value="&lt;div style=&quot;scrollbar-color: rgb(226, 226, 226) rgb(251, 251, 251); color: rgb(63, 63, 63);&quot;&gt;&lt;span style=&quot;scrollbar-color: rgb(226, 226, 226) rgb(251, 251, 251); color: rgb(0, 0, 0);&quot;&gt;&lt;u style=&quot;scrollbar-color: rgb(226, 226, 226) rgb(251, 251, 251); color: rgb(63, 63, 63);&quot;&gt;担当タスク検索（ダッシュボード）&lt;/u&gt;&lt;/span&gt;&lt;/div&gt;&lt;span style=&quot;scrollbar-color: rgb(226, 226, 226) rgb(251, 251, 251); color: rgb(0, 0, 0);&quot;&gt;+ selectAssindTasks(&lt;span style=&quot;scrollbar-color: rgb(226, 226, 226) rgb(251, 251, 251); color: rgb(0, 0, 0);&quot;&gt;userId : int&lt;/span&gt;) : ArrayList&amp;lt;TaskDTO&amp;gt;&lt;/span&gt;" style="text;strokeColor=none;fillColor=none;align=left;verticalAlign=top;spacingLeft=4;spacingRight=4;overflow=hidden;rotatable=0;points=[[0,0.5],[1,0.5]];portConstraint=eastwest;whiteSpace=wrap;html=1;" parent="57" vertex="1">
                    <mxGeometry y="142" width="350" height="36" as="geometry"/>
                </mxCell>
            </root>
        </mxGraphModel>
    </diagram>
</mxfile>